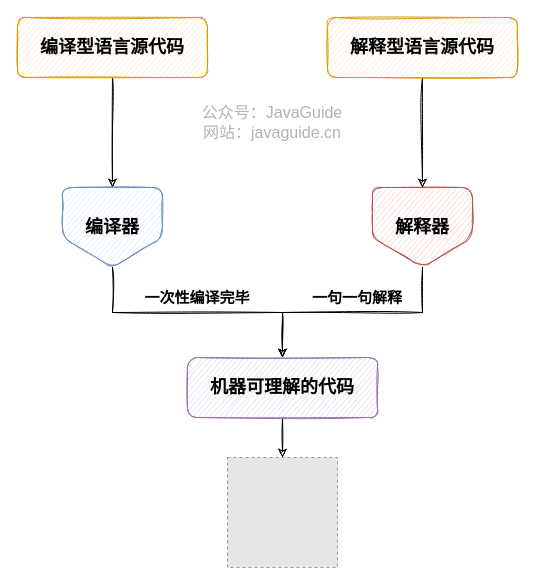
Snailclimb/JavaGuide keeps this draw.io diagram as docs/java/basis/images/compiled-and-interpreted-languages.drawio. Above is the earlier version. Source tidied: cells renumbered, new cells numbered last; positions are measured from the earlier drawing's top-left corner, leaving out a move shared by most shapes. Both pictures are drawn from the tidied source at 100%, with x=0, y=0 at pixel (17, 17). Pictures stored in the file or linked from it are replaced by grey dashed boxes.
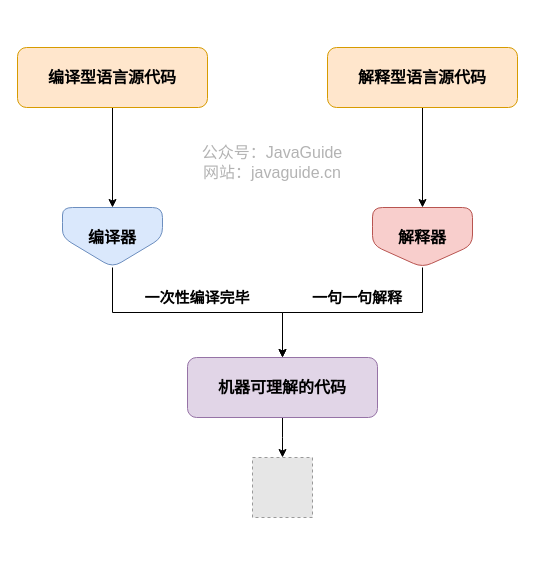
The same diagram, later.

The edit, as a diff of the source:
```diff
@@
 <mxGraphModel>
   <root>
     <mxCell id="0" />
     <mxCell id="1" parent="0" />
-    <mxCell id="2" style="edgeStyle=orthogonalEdgeStyle;rounded=0;jettySize=auto;html=1;sketch=1;" parent="1" edge="1" source="3" target="10">
+    <mxCell id="2" style="edgeStyle=orthogonalEdgeStyle;rounded=0;jettySize=auto;html=1;sketch=0;" parent="1" edge="1" source="3" target="10">
       <mxGeometry relative="1" as="geometry" />
     </mxCell>
-    <mxCell id="3" value="&lt;span style=&quot;font-size: 18px&quot;&gt;&lt;b&gt;编译型语言源代码&lt;/b&gt;&lt;/span&gt;" style="rounded=1;whiteSpace=wrap;html=1;fillColor=#ffe6cc;strokeColor=#d79b00;sketch=1;" parent="1" vertex="1">
-      <mxGeometry width="190" height="60" as="geometry" />
+    <mxCell id="3" value="&lt;span style=&quot;font-size: 16px;&quot;&gt;&lt;b style=&quot;font-size: 16px;&quot;&gt;编译型语言源代码&lt;/b&gt;&lt;/span&gt;" style="rounded=1;whiteSpace=wrap;html=1;fillColor=#ffe6cc;strokeColor=#d79b00;sketch=0;fontSize=16;" parent="1" vertex="1">
+      <mxGeometry y="30" width="190" height="60" as="geometry" />
     </mxCell>
-    <mxCell id="4" style="fillColor=#E6E6E6;strokeColor=#999999;dashed=1;verticalLabelPosition=bottom;labelBackgroundColor=#ffffff;verticalAlign=top;" parent="1" vertex="1">
-      <mxGeometry x="210" y="440" width="110" height="110" as="geometry" />
-    </mxCell>
-    <mxCell id="5" style="edgeStyle=orthogonalEdgeStyle;rounded=0;jettySize=auto;html=1;exitX=0.5;exitY=1;exitDx=0;exitDy=0;sketch=1;" parent="1" edge="1" source="6" target="8">
+    <mxCell id="5" style="edgeStyle=orthogonalEdgeStyle;rounded=0;jettySize=auto;html=1;exitX=0.5;exitY=1;exitDx=0;exitDy=0;sketch=0;" parent="1" edge="1" source="6" target="8">
       <mxGeometry relative="1" as="geometry" />
     </mxCell>
-    <mxCell id="6" value="&lt;span style=&quot;font-size: 18px ; font-weight: 700&quot;&gt;解释型语言源代码&lt;/span&gt;" style="rounded=1;whiteSpace=wrap;html=1;fillColor=#ffe6cc;strokeColor=#d79b00;sketch=1;" parent="1" vertex="1">
-      <mxGeometry x="310" width="190" height="60" as="geometry" />
+    <mxCell id="6" value="&lt;span style=&quot;font-size: 16px; font-weight: 700;&quot;&gt;解释型语言源代码&lt;/span&gt;" style="rounded=1;whiteSpace=wrap;html=1;fillColor=#ffe6cc;strokeColor=#d79b00;sketch=0;fontSize=16;" parent="1" vertex="1">
+      <mxGeometry x="310" y="30" width="190" height="60" as="geometry" />
     </mxCell>
-    <mxCell id="7" style="edgeStyle=orthogonalEdgeStyle;rounded=0;jettySize=auto;html=1;sketch=1;" parent="1" edge="1" source="8" target="12">
+    <mxCell id="7" style="edgeStyle=orthogonalEdgeStyle;rounded=0;jettySize=auto;html=1;sketch=0;" parent="1" edge="1" source="8" target="12">
       <mxGeometry relative="1" as="geometry" />
     </mxCell>
-    <mxCell id="8" value="&lt;b style=&quot;font-size: 18px&quot;&gt;解释器&lt;/b&gt;" style="shape=offPageConnector;whiteSpace=wrap;html=1;rounded=1;strokeColor=#b85450;fillColor=#f8cecc;sketch=1;" parent="1" vertex="1">
-      <mxGeometry x="355" y="170" width="100" height="80" as="geometry" />
+    <mxCell id="8" value="&lt;b style=&quot;font-size: 16px;&quot;&gt;解释器&lt;/b&gt;" style="shape=offPageConnector;whiteSpace=wrap;html=1;rounded=1;strokeColor=#b85450;fillColor=#f8cecc;sketch=0;fontSize=16;" parent="1" vertex="1">
+      <mxGeometry x="355" y="190" width="100" height="60" as="geometry" />
     </mxCell>
-    <mxCell id="9" style="edgeStyle=orthogonalEdgeStyle;rounded=0;jettySize=auto;html=1;exitX=0.5;exitY=1;exitDx=0;exitDy=0;sketch=1;" parent="1" edge="1" source="10" target="12">
+    <mxCell id="9" style="edgeStyle=orthogonalEdgeStyle;rounded=0;jettySize=auto;html=1;exitX=0.5;exitY=1;exitDx=0;exitDy=0;sketch=0;" parent="1" edge="1" source="10" target="12">
       <mxGeometry relative="1" as="geometry" />
     </mxCell>
-    <mxCell id="10" value="&lt;span style=&quot;font-size: 18px&quot;&gt;&lt;b&gt;编译器&lt;/b&gt;&lt;/span&gt;" style="shape=offPageConnector;whiteSpace=wrap;html=1;rounded=1;strokeColor=#6c8ebf;fillColor=#dae8fc;sketch=1;" parent="1" vertex="1">
-      <mxGeometry x="45" y="170" width="100" height="80" as="geometry" />
+    <mxCell id="10" value="&lt;span style=&quot;font-size: 16px;&quot;&gt;&lt;b style=&quot;font-size: 16px;&quot;&gt;编译器&lt;/b&gt;&lt;/span&gt;" style="shape=offPageConnector;whiteSpace=wrap;html=1;rounded=1;strokeColor=#6c8ebf;fillColor=#dae8fc;sketch=0;size=0.5;fontSize=16;" parent="1" vertex="1">
+      <mxGeometry x="45" y="190" width="100" height="60" as="geometry" />
     </mxCell>
-    <mxCell id="11" style="edgeStyle=orthogonalEdgeStyle;rounded=0;jettySize=auto;html=1;fontSize=15;sketch=1;" parent="1" edge="1" source="12" target="4">
-      <mxGeometry relative="1" as="geometry" />
+    <mxCell id="11" style="edgeStyle=orthogonalEdgeStyle;rounded=0;jettySize=auto;html=1;fontSize=15;sketch=0;" parent="1" edge="1" source="12">
+      <mxGeometry relative="1" as="geometry">
+        <mxPoint x="265" y="440" as="targetPoint" />
+      </mxGeometry>
     </mxCell>
-    <mxCell id="12" value="&lt;span style=&quot;font-size: 18px&quot;&gt;&lt;b&gt;机器可理解的代码&lt;/b&gt;&lt;/span&gt;" style="rounded=1;whiteSpace=wrap;html=1;fillColor=#e1d5e7;strokeColor=#9673a6;sketch=1;" parent="1" vertex="1">
+    <mxCell id="12" value="&lt;span style=&quot;font-size: 16px;&quot;&gt;&lt;b style=&quot;font-size: 16px;&quot;&gt;机器可理解的代码&lt;/b&gt;&lt;/span&gt;" style="rounded=1;whiteSpace=wrap;html=1;fillColor=#e1d5e7;strokeColor=#9673a6;sketch=0;fontSize=16;" parent="1" vertex="1">
       <mxGeometry x="170" y="340" width="190" height="60" as="geometry" />
     </mxCell>
-    <mxCell id="13" value="一句一句解释" style="text;html=1;strokeColor=none;fillColor=none;align=center;verticalAlign=middle;whiteSpace=wrap;rounded=0;fontStyle=1;fontSize=15;sketch=1;" parent="1" vertex="1">
+    <mxCell id="13" value="一句一句解释" style="text;html=1;strokeColor=none;fillColor=none;align=center;verticalAlign=middle;whiteSpace=wrap;rounded=0;fontStyle=1;fontSize=15;sketch=0;" parent="1" vertex="1">
       <mxGeometry x="280" y="270" width="120" height="20" as="geometry" />
     </mxCell>
-    <mxCell id="14" value="一次性编译完毕" style="text;html=1;strokeColor=none;fillColor=none;align=center;verticalAlign=middle;whiteSpace=wrap;rounded=0;fontStyle=1;fontSize=15;sketch=1;" parent="1" vertex="1">
+    <mxCell id="14" value="一次性编译完毕" style="text;html=1;strokeColor=none;fillColor=none;align=center;verticalAlign=middle;whiteSpace=wrap;rounded=0;fontStyle=1;fontSize=15;sketch=0;" parent="1" vertex="1">
       <mxGeometry x="120" y="270" width="120" height="20" as="geometry" />
     </mxCell>
-    <mxCell id="15" value="公众号：JavaGuide&lt;br style=&quot;font-size: 16px&quot;&gt;网站：javaguide.cn" style="text;html=1;strokeColor=none;fillColor=none;align=center;verticalAlign=middle;whiteSpace=wrap;rounded=0;labelBackgroundColor=none;fontSize=16;fontColor=#B3B3B3;rotation=0;sketch=1;shadow=0;" parent="1" vertex="1">
-      <mxGeometry x="170" y="100" width="170" height="10" as="geometry" />
+    <mxCell id="15" value="公众号：JavaGuide&lt;br style=&quot;font-size: 16px&quot;&gt;网站：javaguide.cn" style="text;html=1;strokeColor=none;fillColor=none;align=center;verticalAlign=middle;whiteSpace=wrap;rounded=0;labelBackgroundColor=none;fontSize=16;fontColor=#B3B3B3;rotation=0;sketch=0;shadow=0;" parent="1" vertex="1">
+      <mxGeometry x="170" y="140" width="170" height="10" as="geometry" />
     </mxCell>
+    <mxCell id="16" style="fillColor=#E6E6E6;strokeColor=#999999;dashed=1;verticalLabelPosition=bottom;labelBackgroundColor=#ffffff;verticalAlign=top;" parent="1" vertex="1">
+      <mxGeometry x="235" y="440" width="60" height="60" as="geometry" />
+    </mxCell>
   </root>
 </mxGraphModel>
```
